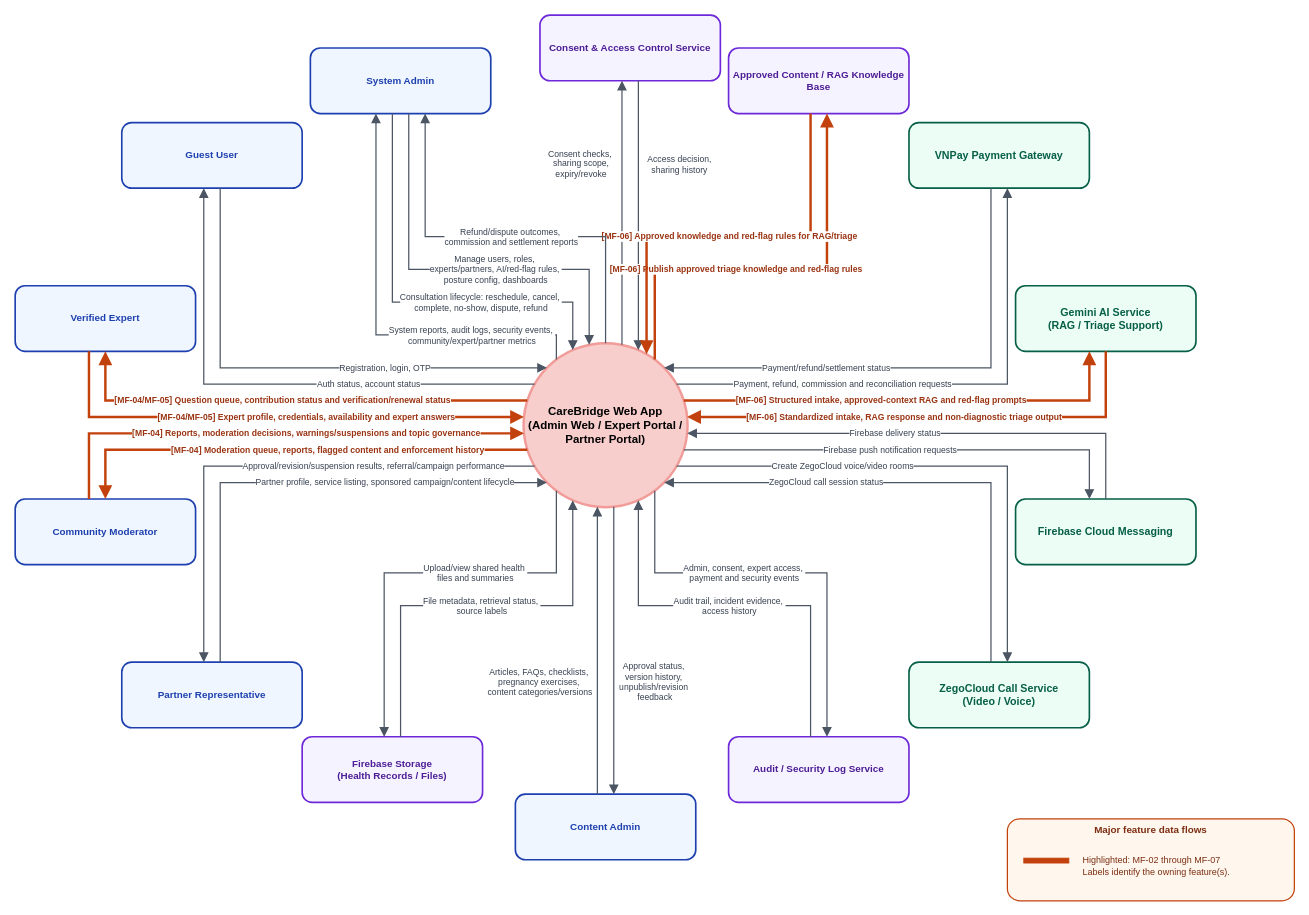
Above: page "Web App Context" (1 of 2) of 02_Requirements/ContextDiagram/CareBridge_Context_Diagrams.drawio in ChuongBDHE172784/CareBridge_SEP490_G79 (draw.io), before the change. Source tidied: cells renumbered, new cells numbered last; positions are measured from the earlier drawing's top-left corner, leaving out a move shared by most shapes. Both pictures are drawn from the tidied source at 82%, with x=0, y=0 at pixel (15, 15).
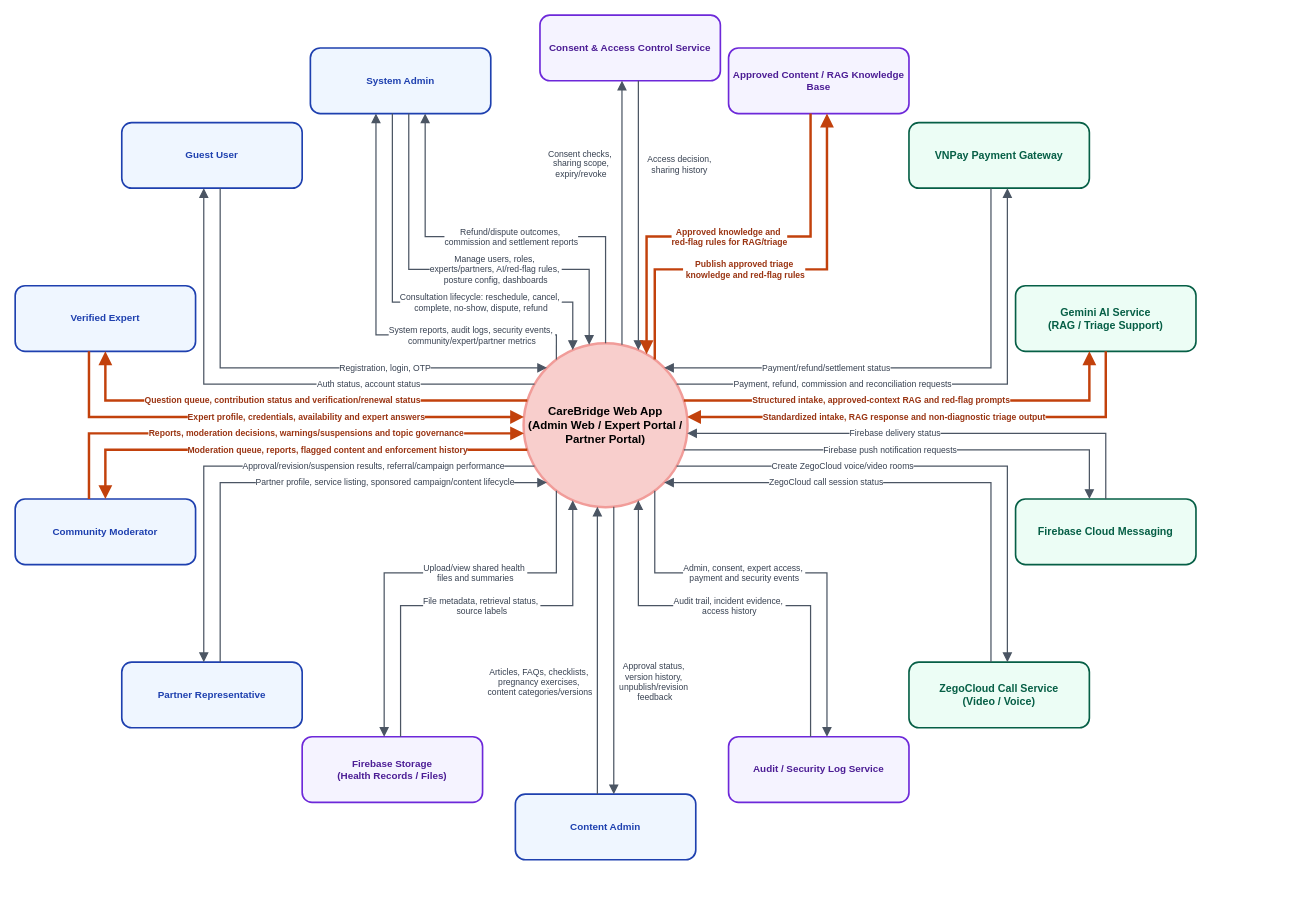
The same page after the edit.

The change refers to these unchanged cells:
```xml
<mxCell id="2" value="CareBridge Web App&lt;br&gt;(Admin Web / Expert Portal / Partner Portal)" style="ellipse;whiteSpace=wrap;html=1;fillColor=#f8cecc;strokeColor=#F19C99;strokeWidth=3;fontSize=14;fontStyle=1;align=center;fontFamily=Helvetica;" parent="1" vertex="1">
  <mxGeometry x="620" y="400" width="200" height="200" as="geometry" />
</mxCell>
<mxCell id="4" value="Verified Expert" style="rounded=1;whiteSpace=wrap;html=1;fillColor=#EFF6FF;strokeColor=#1E40AF;strokeWidth=2;fontSize=12;fontColor=#1E40AF;fontStyle=1;align=center;fontFamily=Helvetica;" parent="1" vertex="1">
  <mxGeometry y="330" width="220" height="80" as="geometry" />
</mxCell>
<mxCell id="5" value="Community Moderator" style="rounded=1;whiteSpace=wrap;html=1;fillColor=#EFF6FF;strokeColor=#1E40AF;strokeWidth=2;fontSize=12;fontColor=#1E40AF;fontStyle=1;align=center;fontFamily=Helvetica;" parent="1" vertex="1">
  <mxGeometry y="590" width="220" height="80" as="geometry" />
</mxCell>
<mxCell id="11" value="Gemini AI Service&lt;br&gt;(RAG / Triage Support)" style="rounded=1;whiteSpace=wrap;html=1;fillColor=#ECFDF5;strokeColor=#065F46;strokeWidth=2;fontSize=13;fontColor=#065F46;fontStyle=1;align=center;fontFamily=Helvetica;" parent="1" vertex="1">
  <mxGeometry x="1220" y="330" width="220" height="80" as="geometry" />
</mxCell>
<mxCell id="36" value="Approved Content / RAG Knowledge Base" style="rounded=1;whiteSpace=wrap;html=1;fillColor=#F5F3FF;strokeColor=#6D28D9;strokeWidth=2;fontSize=12;fontColor=#4C1D95;fontStyle=1;align=center;fontFamily=Helvetica;" parent="1" vertex="1">
  <mxGeometry x="870" y="40" width="220" height="80" as="geometry" />
</mxCell>
```

Change to the diagram source:
```diff
@@
-    <mxCell id="15" value="[MF-04/MF-05] Expert profile, credentials, availability and expert answers" style="endArrow=block;endSize=9;html=1;rounded=0;fontSize=10.5;strokeColor=#C2410C;strokeWidth=3;edgeStyle=orthogonalEdgeStyle;curved=0;fontColor=#9A3412;fontStyle=1;labelBackgroundColor=#ffffff;fontFamily=Helvetica;" parent="1" edge="1" source="4" target="2">
+    <mxCell id="15" value="Expert profile, credentials, availability and expert answers" style="endArrow=block;endSize=9;html=1;rounded=0;fontSize=10.5;strokeColor=#C2410C;strokeWidth=3;edgeStyle=orthogonalEdgeStyle;curved=0;fontColor=#9A3412;fontStyle=1;labelBackgroundColor=#ffffff;fontFamily=Helvetica;" parent="1" edge="1" source="4" target="2">
       <mxGeometry x="0.13" relative="1" as="geometry">
         <Array as="points">
           <mxPoint x="90" y="490" />
         </Array>
       </mxGeometry>
     </mxCell>
-    <mxCell id="16" value="[MF-04/MF-05] Question queue, contribution status and verification/renewal status" style="endArrow=block;endSize=9;html=1;rounded=0;fontSize=10.5;strokeColor=#C2410C;strokeWidth=3;edgeStyle=orthogonalEdgeStyle;curved=0;fontColor=#9A3412;fontStyle=1;labelBackgroundColor=#ffffff;fontFamily=Helvetica;" parent="1" edge="1" source="2" target="4">
+    <mxCell id="16" value="Question queue, contribution status and verification/renewal status" style="endArrow=block;endSize=9;html=1;rounded=0;fontSize=10.5;strokeColor=#C2410C;strokeWidth=3;edgeStyle=orthogonalEdgeStyle;curved=0;fontColor=#9A3412;fontStyle=1;labelBackgroundColor=#ffffff;fontFamily=Helvetica;" parent="1" edge="1" source="2" target="4">
       <mxGeometry x="0.04" relative="1" as="geometry">
         <Array as="points">
           <mxPoint x="110" y="470" />
         </Array>
       </mxGeometry>
     </mxCell>
-    <mxCell id="17" value="[MF-04] Reports, moderation decisions, warnings/suspensions and topic governance" style="endArrow=block;endSize=9;html=1;rounded=0;fontSize=10.5;strokeColor=#C2410C;strokeWidth=3;edgeStyle=orthogonalEdgeStyle;curved=0;fontColor=#9A3412;fontStyle=1;labelBackgroundColor=#ffffff;fontFamily=Helvetica;" parent="1" edge="1" source="5" target="2">
+    <mxCell id="17" value="Reports, moderation decisions, warnings/suspensions and topic governance" style="endArrow=block;endSize=9;html=1;rounded=0;fontSize=10.5;strokeColor=#C2410C;strokeWidth=3;edgeStyle=orthogonalEdgeStyle;curved=0;fontColor=#9A3412;fontStyle=1;labelBackgroundColor=#ffffff;fontFamily=Helvetica;" parent="1" edge="1" source="5" target="2">
       <mxGeometry x="0.13" relative="1" as="geometry">
         <Array as="points">
           <mxPoint x="90" y="510" />
         </Array>
       </mxGeometry>
     </mxCell>
-    <mxCell id="18" value="[MF-04] Moderation queue, reports, flagged content and enforcement history" style="endArrow=block;endSize=9;html=1;rounded=0;fontSize=10.5;strokeColor=#C2410C;strokeWidth=3;edgeStyle=orthogonalEdgeStyle;curved=0;fontColor=#9A3412;fontStyle=1;labelBackgroundColor=#ffffff;fontFamily=Helvetica;" parent="1" edge="1" source="2" target="5">
+    <mxCell id="18" value="Moderation queue, reports, flagged content and enforcement history" style="endArrow=block;endSize=9;html=1;rounded=0;fontSize=10.5;strokeColor=#C2410C;strokeWidth=3;edgeStyle=orthogonalEdgeStyle;curved=0;fontColor=#9A3412;fontStyle=1;labelBackgroundColor=#ffffff;fontFamily=Helvetica;" parent="1" edge="1" source="2" target="5">
       <mxGeometry x="-0.15" relative="1" as="geometry">
         <Array as="points">
           <mxPoint x="110" y="530" />
         </Array>
       </mxGeometry>
     </mxCell>
@@
-    <mxCell id="29" value="[MF-06] Structured intake, approved-context RAG and red-flag prompts" style="endArrow=block;endSize=9;html=1;rounded=0;fontSize=10.5;strokeColor=#C2410C;strokeWidth=3;edgeStyle=orthogonalEdgeStyle;curved=0;fontColor=#9A3412;fontStyle=1;labelBackgroundColor=#ffffff;fontFamily=Helvetica;" parent="1" edge="1" source="2" target="11">
+    <mxCell id="29" value="Structured intake, approved-context RAG and red-flag prompts" style="endArrow=block;endSize=9;html=1;rounded=0;fontSize=10.5;strokeColor=#C2410C;strokeWidth=3;edgeStyle=orthogonalEdgeStyle;curved=0;fontColor=#9A3412;fontStyle=1;labelBackgroundColor=#ffffff;fontFamily=Helvetica;" parent="1" edge="1" source="2" target="11">
       <mxGeometry x="-0.13" relative="1" as="geometry">
         <Array as="points">
           <mxPoint x="1310" y="470" />
         </Array>
       </mxGeometry>
     </mxCell>
-    <mxCell id="30" value="[MF-06] Standardized intake, RAG response and non-diagnostic triage output" style="endArrow=block;endSize=9;html=1;rounded=0;fontSize=10.5;strokeColor=#C2410C;strokeWidth=3;edgeStyle=orthogonalEdgeStyle;curved=0;fontColor=#9A3412;fontStyle=1;labelBackgroundColor=#ffffff;fontFamily=Helvetica;" parent="1" edge="1" source="11" target="2">
+    <mxCell id="30" value="Standardized intake, RAG response and non-diagnostic triage output" style="endArrow=block;endSize=9;html=1;rounded=0;fontSize=10.5;strokeColor=#C2410C;strokeWidth=3;edgeStyle=orthogonalEdgeStyle;curved=0;fontColor=#9A3412;fontStyle=1;labelBackgroundColor=#ffffff;fontFamily=Helvetica;" parent="1" edge="1" source="11" target="2">
       <mxGeometry x="0.1" relative="1" as="geometry">
         <Array as="points">
           <mxPoint x="1330" y="490" />
         </Array>
         <mxPoint x="-1" as="offset" />
       </mxGeometry>
     </mxCell>
@@
-    <mxCell id="43" value="[MF-06] Publish approved triage knowledge and red-flag rules" style="endArrow=block;endSize=9;html=1;rounded=0;fontSize=10.5;strokeColor=#C2410C;strokeWidth=3;edgeStyle=orthogonalEdgeStyle;curved=0;fontColor=#9A3412;fontStyle=1;labelBackgroundColor=#ffffff;fontFamily=Helvetica;" parent="1" edge="1" source="2" target="36">
-      <mxGeometry x="-0.18" relative="1" as="geometry">
+    <mxCell id="43" value="Publish approved triage&lt;div&gt;&amp;nbsp;knowledge and red-flag rules&lt;/div&gt;" style="endArrow=block;endSize=9;html=1;rounded=0;fontSize=10.5;strokeColor=#C2410C;strokeWidth=3;edgeStyle=orthogonalEdgeStyle;curved=0;fontColor=#9A3412;fontStyle=1;labelBackgroundColor=#ffffff;fontFamily=Helvetica;" parent="1" edge="1" source="2" target="36">
+      <mxGeometry x="-0.14" relative="1" as="geometry">
         <Array as="points">
           <mxPoint x="780" y="310" />
           <mxPoint x="990" y="310" />
         </Array>
       </mxGeometry>
     </mxCell>
-    <mxCell id="44" value="[MF-06] Approved knowledge and red-flag rules for RAG/triage" style="endArrow=block;endSize=9;html=1;rounded=0;fontSize=10.5;strokeColor=#C2410C;strokeWidth=3;edgeStyle=orthogonalEdgeStyle;curved=0;fontColor=#9A3412;fontStyle=1;labelBackgroundColor=#ffffff;fontFamily=Helvetica;" parent="1" edge="1" source="36" target="2">
+    <mxCell id="44" value="Approved knowledge and&amp;nbsp;&lt;div&gt;red-flag rules for RAG/triage&lt;/div&gt;" style="endArrow=block;endSize=9;html=1;rounded=0;fontSize=10.5;strokeColor=#C2410C;strokeWidth=3;edgeStyle=orthogonalEdgeStyle;curved=0;fontColor=#9A3412;fontStyle=1;labelBackgroundColor=#ffffff;fontFamily=Helvetica;" parent="1" edge="1" source="36" target="2">
       <mxGeometry x="0.01" relative="1" as="geometry">
         <Array as="points">
           <mxPoint x="970" y="270" />
           <mxPoint x="770" y="270" />
         </Array>
       </mxGeometry>
     </mxCell>
@@
-    <mxCell id="47" value="Major feature data flows" style="rounded=1;whiteSpace=wrap;html=1;fillColor=#FFF7ED;strokeColor=#C2410C;strokeWidth=1.5;verticalAlign=top;fontStyle=1;fontColor=#7C2D12;fontFamily=Helvetica;" parent="1" vertex="1">
-      <mxGeometry x="1210" y="980" width="350" height="100" as="geometry" />
-    </mxCell>
-    <mxCell id="48" style="rounded=0;html=1;fillColor=#C2410C;strokeColor=#C2410C;" parent="47" vertex="1">
-      <mxGeometry x="20" y="48" width="55" height="6" as="geometry" />
-    </mxCell>
-    <mxCell id="49" value="Highlighted: MF-02 through MF-07&lt;br&gt;Labels identify the owning feature(s)." style="text;html=1;align=left;verticalAlign=middle;fontSize=11;fontColor=#7C2D12;fontFamily=Helvetica;" parent="47" vertex="1">
-      <mxGeometry x="90" y="35" width="250" height="45" as="geometry" />
-    </mxCell>
```
